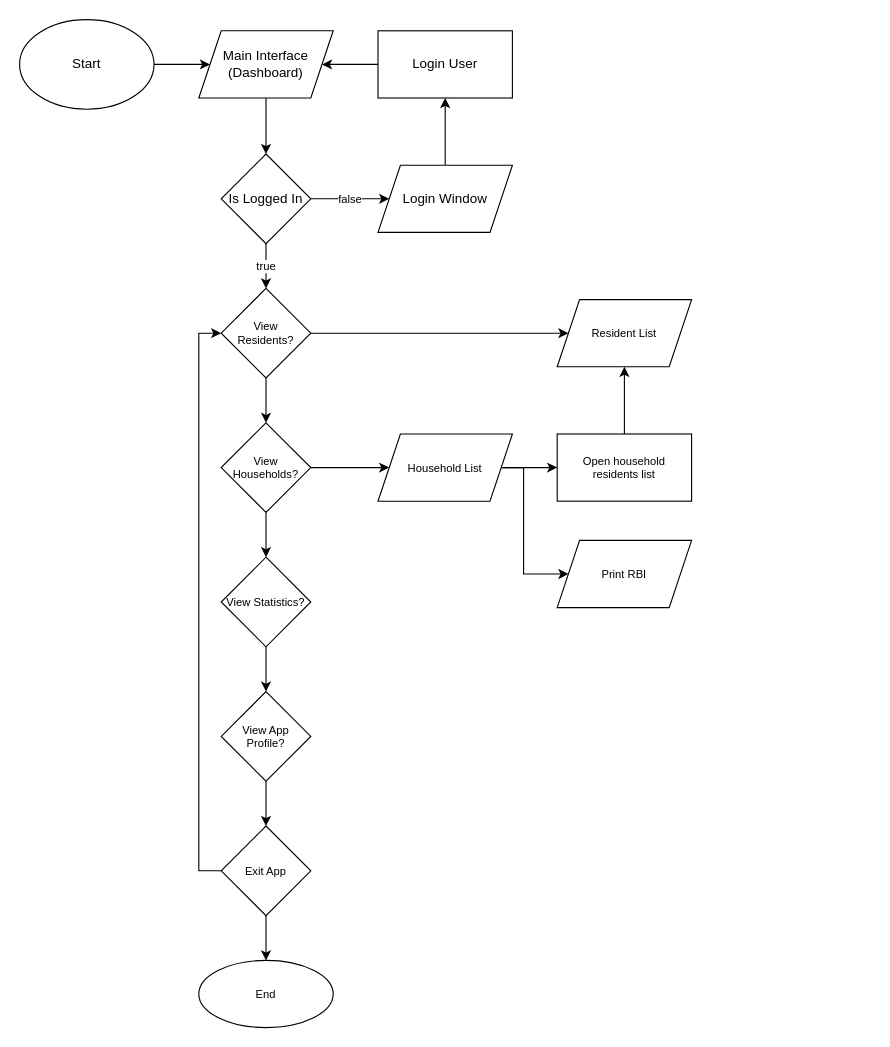
Before: page "Activity Diagram" (4 of 4) of BrgyProfileCore.drawio in patterueldev/BrgyProfileCore, a draw.io diagram. Source tidied: cells renumbered, new cells numbered last; positions are measured from the earlier drawing's top-left corner, leaving out a move shared by most shapes. Both pictures are drawn from the tidied source at 112%, with x=0, y=0 at pixel (19, 19).
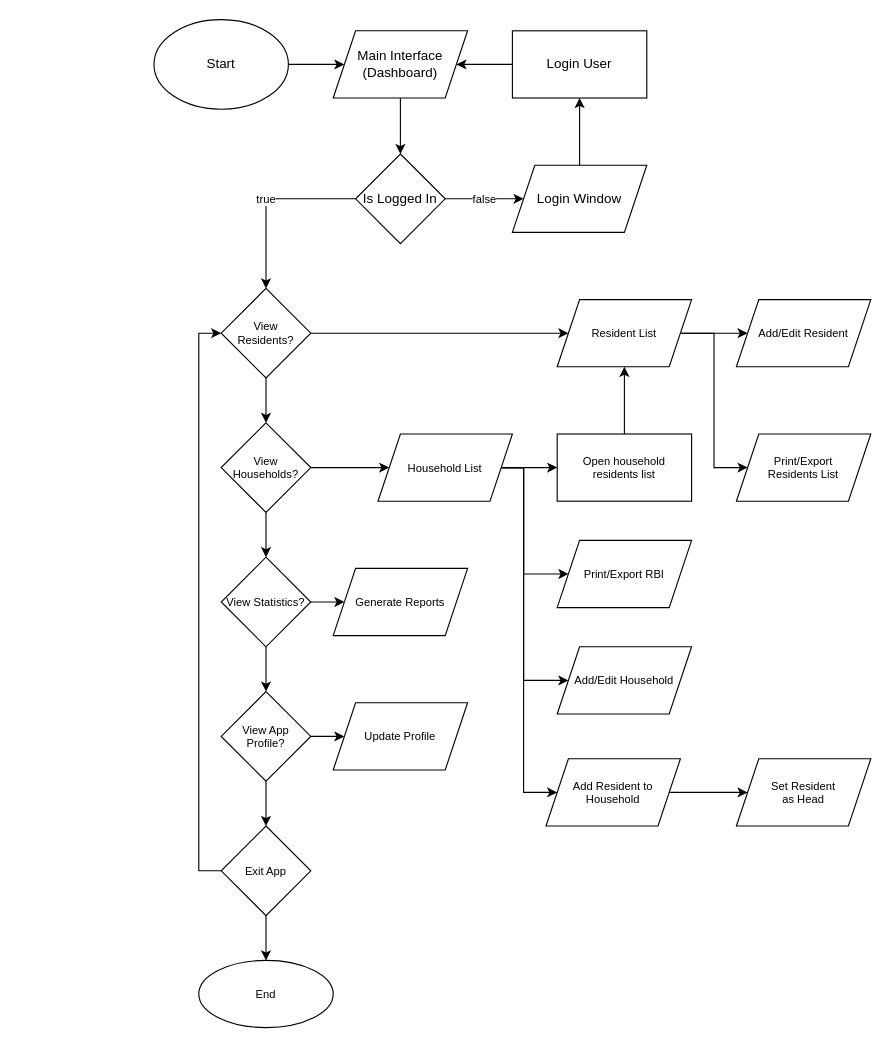
The same page after the edit.

The change refers to these unchanged cells:
```xml
<mxCell id="20" value="View Statistics?" style="rhombus;whiteSpace=wrap;html=1;fontSize=10;" parent="1" vertex="1">
  <mxGeometry x="180" y="480" width="80" height="80" as="geometry" />
</mxCell>
<mxCell id="22" value="View App Profile?" style="rhombus;whiteSpace=wrap;html=1;fontSize=10;" parent="1" vertex="1">
  <mxGeometry x="180" y="600" width="80" height="80" as="geometry" />
</mxCell>
<mxCell id="27" value="Resident List" style="shape=parallelogram;perimeter=parallelogramPerimeter;whiteSpace=wrap;html=1;fixedSize=1;fontSize=10;" parent="1" vertex="1">
  <mxGeometry x="480" y="250" width="120" height="60" as="geometry" />
</mxCell>
<mxCell id="30" value="Household List" style="shape=parallelogram;perimeter=parallelogramPerimeter;whiteSpace=wrap;html=1;fixedSize=1;fontSize=10;" parent="1" vertex="1">
  <mxGeometry x="320" y="370" width="120" height="60" as="geometry" />
</mxCell>
```

What changed in the source:
```diff
@@
     <mxCell id="3" value="Start" style="ellipse;whiteSpace=wrap;html=1;" parent="1" vertex="1">
-      <mxGeometry width="120" height="80" as="geometry" />
+      <mxGeometry x="120" width="120" height="80" as="geometry" />
     </mxCell>
@@
     <mxCell id="5" value="Main Interface&lt;br&gt;(Dashboard)" style="shape=parallelogram;perimeter=parallelogramPerimeter;whiteSpace=wrap;html=1;fixedSize=1;" parent="1" vertex="1">
-      <mxGeometry x="160" y="10" width="120" height="60" as="geometry" />
+      <mxGeometry x="280" y="10" width="120" height="60" as="geometry" />
     </mxCell>
@@
     <mxCell id="8" value="Is Logged In" style="rhombus;whiteSpace=wrap;html=1;" parent="1" vertex="1">
-      <mxGeometry x="180" y="120" width="80" height="80" as="geometry" />
+      <mxGeometry x="300" y="120" width="80" height="80" as="geometry" />
     </mxCell>
@@
     <mxCell id="10" value="Login Window" style="shape=parallelogram;perimeter=parallelogramPerimeter;whiteSpace=wrap;html=1;fixedSize=1;" parent="1" vertex="1">
-      <mxGeometry x="320" y="130" width="120" height="60" as="geometry" />
+      <mxGeometry x="440" y="130" width="120" height="60" as="geometry" />
     </mxCell>
@@
     <mxCell id="12" value="Login User" style="whiteSpace=wrap;html=1;" parent="1" vertex="1">
-      <mxGeometry x="320" y="10" width="120" height="60" as="geometry" />
+      <mxGeometry x="440" y="10" width="120" height="60" as="geometry" />
     </mxCell>
@@
+    <mxCell id="34" style="edgeStyle=orthogonalEdgeStyle;rounded=0;jettySize=auto;html=1;startArrow=none;startFill=0;fontSize=10;" parent="1" edge="1" source="20" target="46">
+      <mxGeometry relative="1" as="geometry" />
+    </mxCell>
@@
+    <mxCell id="35" style="edgeStyle=orthogonalEdgeStyle;rounded=0;jettySize=auto;html=1;startArrow=none;startFill=0;fontSize=10;" parent="1" edge="1" source="22" target="47">
+      <mxGeometry relative="1" as="geometry" />
+    </mxCell>
@@
+    <mxCell id="36" style="edgeStyle=orthogonalEdgeStyle;rounded=0;jettySize=auto;html=1;startArrow=none;startFill=0;fontSize=10;" parent="1" edge="1" source="27" target="43">
+      <mxGeometry relative="1" as="geometry" />
+    </mxCell>
+    <mxCell id="37" style="edgeStyle=orthogonalEdgeStyle;rounded=0;jettySize=auto;html=1;entryX=0;entryY=0.5;entryDx=0;entryDy=0;startArrow=none;startFill=0;fontSize=10;" parent="1" edge="1" source="27" target="44">
+      <mxGeometry relative="1" as="geometry">
+        <Array as="points">
+          <mxPoint x="620" y="280" />
+          <mxPoint x="620" y="400" />
+        </Array>
+      </mxGeometry>
+    </mxCell>
@@
+    <mxCell id="38" style="edgeStyle=orthogonalEdgeStyle;rounded=0;jettySize=auto;html=1;startArrow=none;startFill=0;fontSize=10;" parent="1" edge="1" source="30" target="40">
+      <mxGeometry relative="1" as="geometry">
+        <Array as="points">
+          <mxPoint x="450" y="400" />
+          <mxPoint x="450" y="590" />
+        </Array>
+      </mxGeometry>
+    </mxCell>
+    <mxCell id="39" style="edgeStyle=orthogonalEdgeStyle;rounded=0;jettySize=auto;html=1;startArrow=none;startFill=0;fontSize=10;" parent="1" edge="1" source="30" target="42">
+      <mxGeometry relative="1" as="geometry">
+        <Array as="points">
+          <mxPoint x="450" y="400" />
+          <mxPoint x="450" y="690" />
+        </Array>
+      </mxGeometry>
+    </mxCell>
@@
-    <mxCell id="33" value="Print RBI" style="shape=parallelogram;perimeter=parallelogramPerimeter;whiteSpace=wrap;html=1;fixedSize=1;fontSize=10;" parent="1" vertex="1">
+    <mxCell id="33" value="Print/Export RBI" style="shape=parallelogram;perimeter=parallelogramPerimeter;whiteSpace=wrap;html=1;fixedSize=1;fontSize=10;" parent="1" vertex="1">
       <mxGeometry x="480" y="465" width="120" height="60" as="geometry" />
     </mxCell>
+    <mxCell id="40" value="Add/Edit Household" style="shape=parallelogram;perimeter=parallelogramPerimeter;whiteSpace=wrap;html=1;fixedSize=1;fontSize=10;" parent="1" vertex="1">
+      <mxGeometry x="480" y="560" width="120" height="60" as="geometry" />
+    </mxCell>
+    <mxCell id="41" style="edgeStyle=orthogonalEdgeStyle;rounded=0;jettySize=auto;html=1;startArrow=none;startFill=0;fontSize=10;" parent="1" edge="1" source="42" target="45">
+      <mxGeometry relative="1" as="geometry" />
+    </mxCell>
+    <mxCell id="42" value="Add Resident to Household" style="shape=parallelogram;perimeter=parallelogramPerimeter;whiteSpace=wrap;html=1;fixedSize=1;fontSize=10;" parent="1" vertex="1">
+      <mxGeometry x="470" y="660" width="120" height="60" as="geometry" />
+    </mxCell>
+    <mxCell id="43" value="Add/Edit Resident" style="shape=parallelogram;perimeter=parallelogramPerimeter;whiteSpace=wrap;html=1;fixedSize=1;fontSize=10;" parent="1" vertex="1">
+      <mxGeometry x="640" y="250" width="120" height="60" as="geometry" />
+    </mxCell>
+    <mxCell id="44" value="Print/Export &lt;br&gt;Residents List" style="shape=parallelogram;perimeter=parallelogramPerimeter;whiteSpace=wrap;html=1;fixedSize=1;fontSize=10;" parent="1" vertex="1">
+      <mxGeometry x="640" y="370" width="120" height="60" as="geometry" />
+    </mxCell>
+    <mxCell id="45" value="Set Resident &lt;br&gt;as Head" style="shape=parallelogram;perimeter=parallelogramPerimeter;whiteSpace=wrap;html=1;fixedSize=1;fontSize=10;" parent="1" vertex="1">
+      <mxGeometry x="640" y="660" width="120" height="60" as="geometry" />
+    </mxCell>
+    <mxCell id="46" value="Generate Reports" style="shape=parallelogram;perimeter=parallelogramPerimeter;whiteSpace=wrap;html=1;fixedSize=1;fontSize=10;" parent="1" vertex="1">
+      <mxGeometry x="280" y="490" width="120" height="60" as="geometry" />
+    </mxCell>
+    <mxCell id="47" value="Update Profile" style="shape=parallelogram;perimeter=parallelogramPerimeter;whiteSpace=wrap;html=1;fixedSize=1;fontSize=10;" parent="1" vertex="1">
+      <mxGeometry x="280" y="610" width="120" height="60" as="geometry" />
+    </mxCell>
```
